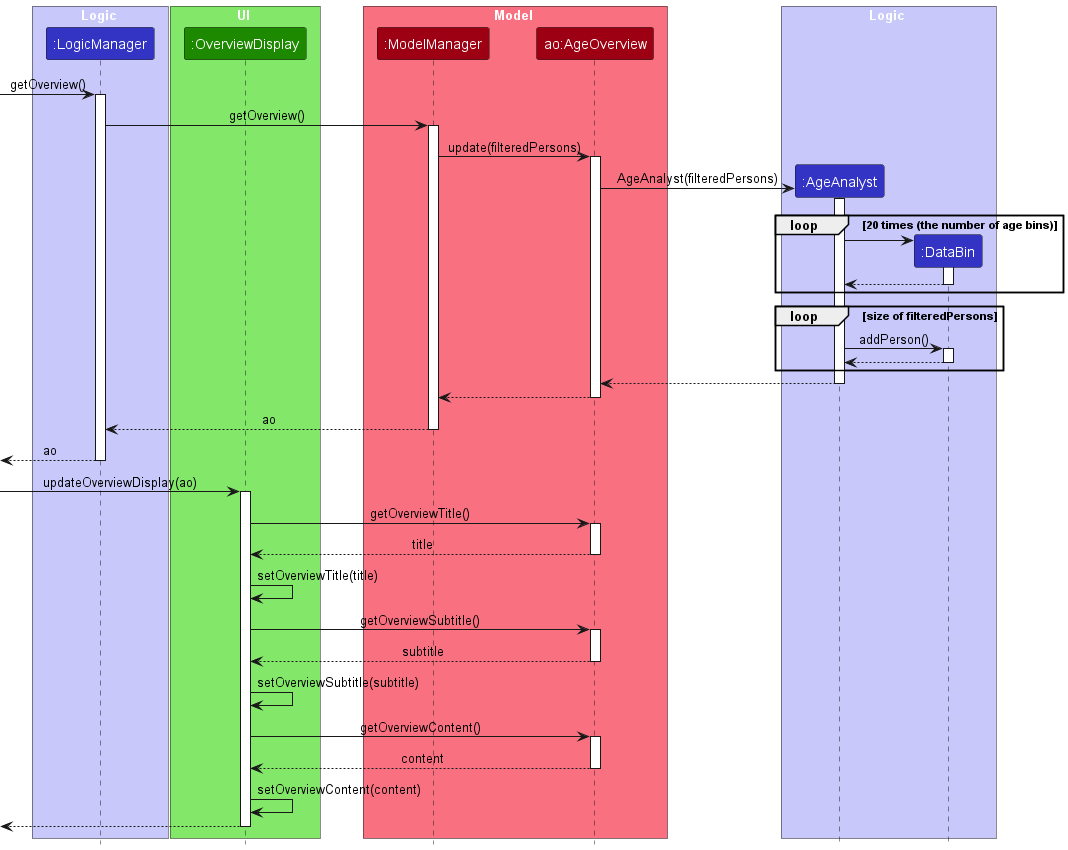
This is docs/images/OverviewPassiveSequenceDiagram.png from nus-cs2103-AY2223S2/tp, a PlantUML export, as it was before one commit.
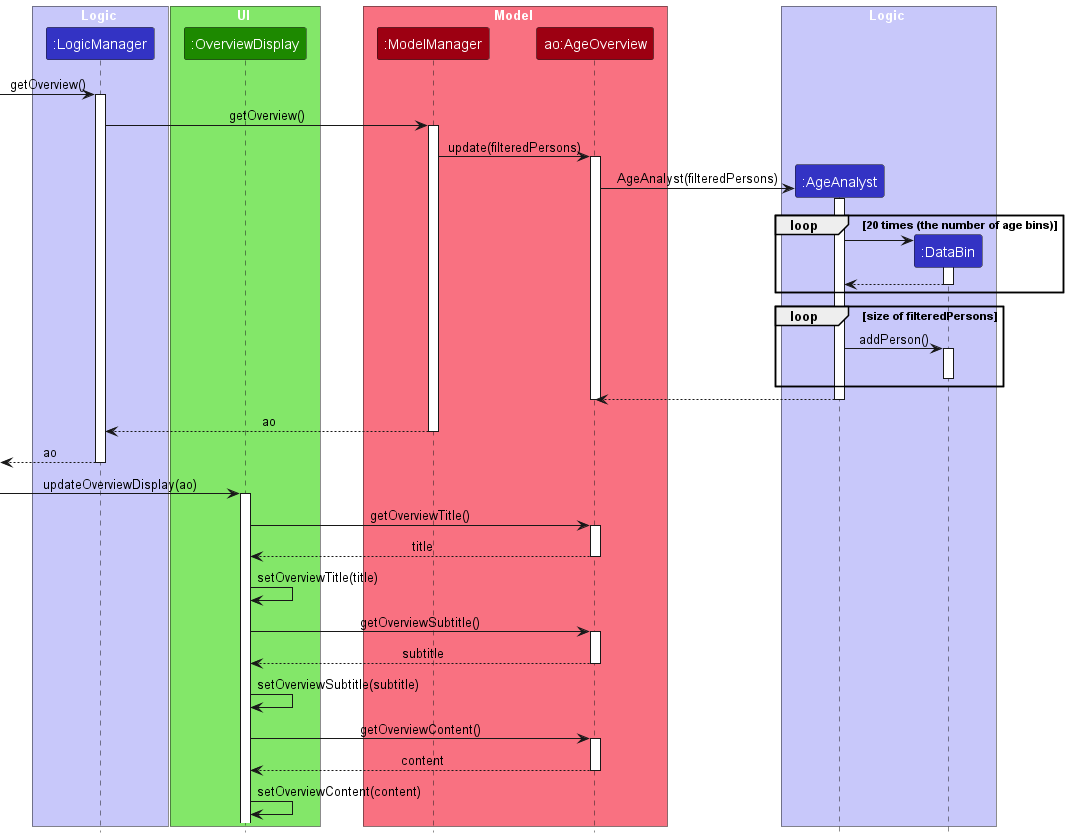
After the change.

What changed in the source:
```diff
@@ -46,14 +46,12 @@
     AgeAnalyst -> DataBin : addPerson()
     activate DataBin
 
-    DataBin --> AgeAnalyst
     deactivate DataBin
 end
 
 AgeAnalyst --> AgeOverview
 deactivate AgeAnalyst
 
-AgeOverview --> ModelManager
 deactivate AgeOverview
 
 ModelManager --> LogicManager : ao
@@ -88,7 +86,4 @@
 deactivate AgeOverview
 
 OverviewDisplay -> OverviewDisplay : setOverviewContent(content)
-
-OverviewDisplay -->[
-deactivate OverviewDisplay
 @enduml
```
